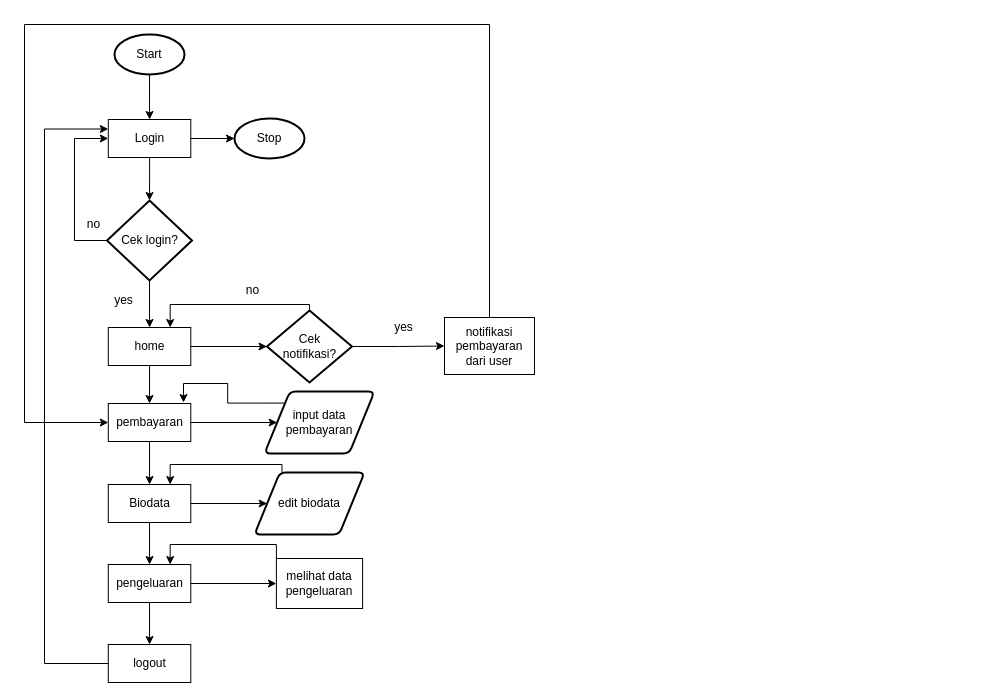
Earlier version of the draw.io diagram laporan/flowchart kasir.drawio (DesiAmaliani/Pengelolaan_keuangan_TA). Source tidied: cells renumbered, new cells numbered last; positions are measured from the earlier drawing's top-left corner, leaving out a move shared by most shapes. Both pictures are drawn from the tidied source at 100%, with x=0, y=0 at pixel (24, 24).
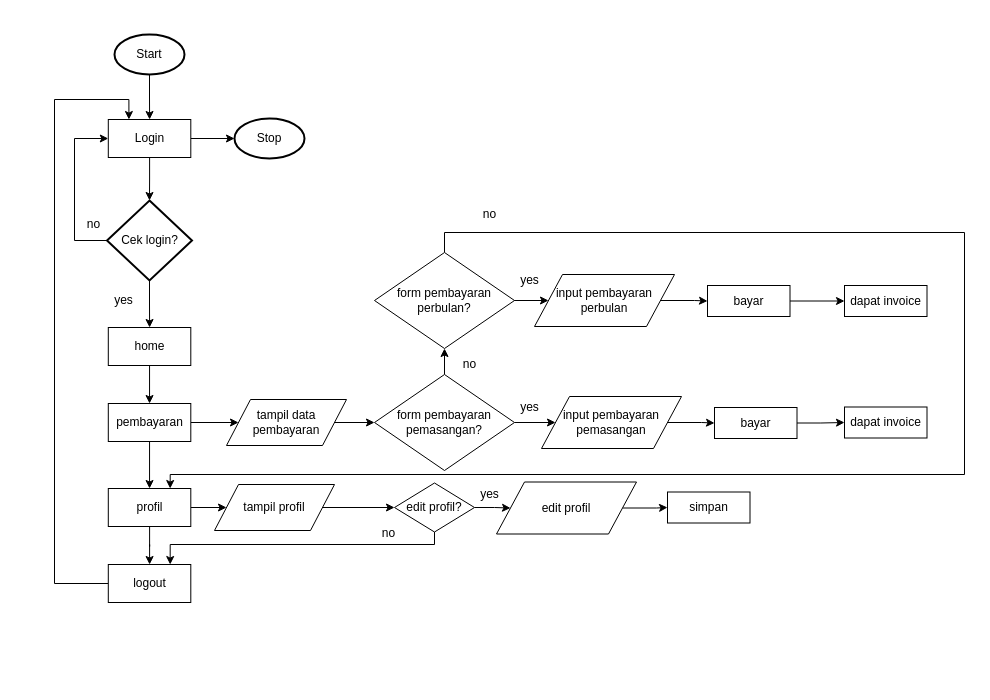
The same page after the edit.

Unchanged cells that the change refers to:
```xml
<mxCell id="6" value="Login" style="rounded=0;whiteSpace=wrap;html=1;" parent="1" vertex="1">
  <mxGeometry x="83.8" y="95" width="82.5" height="38" as="geometry" />
</mxCell>
<mxCell id="13" value="home" style="rounded=0;whiteSpace=wrap;html=1;" parent="1" vertex="1">
  <mxGeometry x="83.8" y="303" width="82.5" height="38" as="geometry" />
</mxCell>
<mxCell id="17" value="pembayaran" style="rounded=0;whiteSpace=wrap;html=1;" parent="1" vertex="1">
  <mxGeometry x="83.8" y="379" width="82.5" height="38" as="geometry" />
</mxCell>
```

Diff of the diagram source:
```diff
@@
-    <mxCell id="12" style="edgeStyle=orthogonalEdgeStyle;rounded=0;jettySize=auto;html=1;exitX=1;exitY=0.5;exitDx=0;exitDy=0;entryX=0;entryY=0.5;entryDx=0;entryDy=0;entryPerimeter=0;" parent="1" edge="1" source="13" target="35">
-      <mxGeometry relative="1" as="geometry" />
-    </mxCell>
@@
-    <mxCell id="15" style="edgeStyle=orthogonalEdgeStyle;rounded=0;jettySize=auto;html=1;exitX=1;exitY=0.5;exitDx=0;exitDy=0;" parent="1" edge="1" source="17" target="19">
-      <mxGeometry relative="1" as="geometry" />
-    </mxCell>
@@
+    <mxCell id="40" style="edgeStyle=orthogonalEdgeStyle;rounded=0;jettySize=auto;html=1;exitX=1;exitY=0.5;exitDx=0;exitDy=0;" parent="1" edge="1" source="17" target="44">
+      <mxGeometry relative="1" as="geometry" />
+    </mxCell>
@@
-    <mxCell id="18" style="edgeStyle=orthogonalEdgeStyle;rounded=0;jettySize=auto;html=1;exitX=0;exitY=0;exitDx=0;exitDy=0;entryX=0.912;entryY=-0.026;entryDx=0;entryDy=0;entryPerimeter=0;" parent="1" edge="1" source="19" target="17">
-      <mxGeometry relative="1" as="geometry" />
-    </mxCell>
-    <mxCell id="19" value="input data pembayaran" style="shape=parallelogram;html=1;strokeWidth=2;perimeter=parallelogramPerimeter;whiteSpace=wrap;rounded=1;arcSize=12;size=0.23;" parent="1" vertex="1">
-      <mxGeometry x="240" y="367" width="110" height="62" as="geometry" />
-    </mxCell>
-    <mxCell id="20" style="edgeStyle=orthogonalEdgeStyle;rounded=0;jettySize=auto;html=1;exitX=1;exitY=0.5;exitDx=0;exitDy=0;entryX=0;entryY=0.5;entryDx=0;entryDy=0;" parent="1" edge="1" source="22" target="24">
-      <mxGeometry relative="1" as="geometry" />
-    </mxCell>
-    <mxCell id="21" style="edgeStyle=orthogonalEdgeStyle;rounded=0;jettySize=auto;html=1;exitX=0.5;exitY=1;exitDx=0;exitDy=0;entryX=0.5;entryY=0;entryDx=0;entryDy=0;" parent="1" edge="1" source="22" target="27">
-      <mxGeometry relative="1" as="geometry" />
-    </mxCell>
+    <mxCell id="41" style="edgeStyle=orthogonalEdgeStyle;rounded=0;jettySize=auto;html=1;" parent="1" edge="1" source="22" target="31">
+      <mxGeometry relative="1" as="geometry" />
+    </mxCell>
+    <mxCell id="42" style="edgeStyle=orthogonalEdgeStyle;rounded=0;jettySize=auto;html=1;" parent="1" edge="1" source="22" target="53">
+      <mxGeometry relative="1" as="geometry" />
+    </mxCell>
-    <mxCell id="22" value="Biodata" style="rounded=0;whiteSpace=wrap;html=1;" parent="1" vertex="1">
-      <mxGeometry x="83.8" y="460" width="82.5" height="38" as="geometry" />
+    <mxCell id="22" value="profil" style="rounded=0;whiteSpace=wrap;html=1;" parent="1" vertex="1">
+      <mxGeometry x="83.8" y="464" width="82.5" height="38" as="geometry" />
     </mxCell>
-    <mxCell id="23" style="edgeStyle=orthogonalEdgeStyle;rounded=0;jettySize=auto;html=1;exitX=0.25;exitY=0;exitDx=0;exitDy=0;entryX=0.75;entryY=0;entryDx=0;entryDy=0;" parent="1" edge="1" source="24" target="22">
-      <mxGeometry relative="1" as="geometry">
-        <Array as="points">
-          <mxPoint x="258" y="440" />
-          <mxPoint x="146" y="440" />
-        </Array>
-      </mxGeometry>
-    </mxCell>
-    <mxCell id="24" value="edit biodata" style="shape=parallelogram;html=1;strokeWidth=2;perimeter=parallelogramPerimeter;whiteSpace=wrap;rounded=1;arcSize=12;size=0.23;" parent="1" vertex="1">
-      <mxGeometry x="230" y="448" width="110" height="62" as="geometry" />
-    </mxCell>
-    <mxCell id="25" style="edgeStyle=orthogonalEdgeStyle;rounded=0;jettySize=auto;html=1;exitX=1;exitY=0.5;exitDx=0;exitDy=0;entryX=0;entryY=0.5;entryDx=0;entryDy=0;" parent="1" edge="1" source="27" target="29">
-      <mxGeometry relative="1" as="geometry" />
-    </mxCell>
-    <mxCell id="26" style="edgeStyle=orthogonalEdgeStyle;rounded=0;jettySize=auto;html=1;exitX=0.5;exitY=1;exitDx=0;exitDy=0;entryX=0.5;entryY=0;entryDx=0;entryDy=0;" parent="1" edge="1" source="27" target="31">
-      <mxGeometry relative="1" as="geometry" />
-    </mxCell>
-    <mxCell id="27" value="pengeluaran" style="rounded=0;whiteSpace=wrap;html=1;" parent="1" vertex="1">
-      <mxGeometry x="83.8" y="540" width="82.5" height="38" as="geometry" />
-    </mxCell>
-    <mxCell id="28" style="edgeStyle=orthogonalEdgeStyle;rounded=0;jettySize=auto;html=1;exitX=0;exitY=0;exitDx=0;exitDy=0;entryX=0.75;entryY=0;entryDx=0;entryDy=0;" parent="1" edge="1" source="29" target="27">
-      <mxGeometry relative="1" as="geometry">
-        <Array as="points">
-          <mxPoint x="252" y="520" />
-          <mxPoint x="146" y="520" />
-        </Array>
-      </mxGeometry>
-    </mxCell>
-    <mxCell id="29" value="melihat data pengeluaran" style="rounded=0;whiteSpace=wrap;html=1;" parent="1" vertex="1">
-      <mxGeometry x="251.9" y="534" width="86.2" height="50" as="geometry" />
-    </mxCell>
-    <mxCell id="30" style="edgeStyle=orthogonalEdgeStyle;rounded=0;jettySize=auto;html=1;exitX=0;exitY=0.5;exitDx=0;exitDy=0;entryX=0;entryY=0.25;entryDx=0;entryDy=0;" parent="1" edge="1" source="31" target="6">
+    <mxCell id="30" style="edgeStyle=orthogonalEdgeStyle;rounded=0;jettySize=auto;html=1;exitX=0;exitY=0.5;exitDx=0;exitDy=0;entryX=0.25;entryY=0;entryDx=0;entryDy=0;" parent="1" edge="1" source="31" target="6">
       <mxGeometry relative="1" as="geometry">
         <Array as="points">
-          <mxPoint x="20" y="639" />
-          <mxPoint x="20" y="105" />
+          <mxPoint x="30" y="559" />
+          <mxPoint x="30" y="75" />
+          <mxPoint x="104" y="75" />
         </Array>
       </mxGeometry>
     </mxCell>
     <mxCell id="31" value="logout" style="rounded=0;whiteSpace=wrap;html=1;" parent="1" vertex="1">
-      <mxGeometry x="83.8" y="620" width="82.5" height="38" as="geometry" />
+      <mxGeometry x="83.8" y="540" width="82.5" height="38" as="geometry" />
     </mxCell>
@@
-    <mxCell id="33" style="edgeStyle=orthogonalEdgeStyle;rounded=0;jettySize=auto;html=1;exitX=1;exitY=0.5;exitDx=0;exitDy=0;exitPerimeter=0;entryX=0;entryY=0.5;entryDx=0;entryDy=0;" parent="1" edge="1" source="35" target="37">
-      <mxGeometry relative="1" as="geometry" />
-    </mxCell>
-    <mxCell id="34" style="edgeStyle=orthogonalEdgeStyle;rounded=0;jettySize=auto;html=1;exitX=0.5;exitY=0;exitDx=0;exitDy=0;exitPerimeter=0;entryX=0.75;entryY=0;entryDx=0;entryDy=0;" parent="1" edge="1" source="35" target="13">
-      <mxGeometry relative="1" as="geometry">
-        <Array as="points">
-          <mxPoint x="285" y="280" />
-          <mxPoint x="146" y="280" />
-        </Array>
-      </mxGeometry>
-    </mxCell>
-    <mxCell id="35" value="&lt;div&gt;Cek &lt;br&gt;&lt;/div&gt;&lt;div&gt;notifikasi?&lt;/div&gt;" style="strokeWidth=2;html=1;shape=mxgraph.flowchart.decision;whiteSpace=wrap;" parent="1" vertex="1">
-      <mxGeometry x="242.5" y="286" width="85" height="72" as="geometry" />
-    </mxCell>
-    <mxCell id="36" style="edgeStyle=orthogonalEdgeStyle;rounded=0;jettySize=auto;html=1;exitX=0.5;exitY=0;exitDx=0;exitDy=0;entryX=0;entryY=0.5;entryDx=0;entryDy=0;" parent="1" edge="1" source="37" target="17">
-      <mxGeometry relative="1" as="geometry">
-        <Array as="points">
-          <mxPoint x="465" />
-          <mxPoint />
-          <mxPoint y="398" />
-        </Array>
-      </mxGeometry>
-    </mxCell>
-    <mxCell id="37" value="notifikasi pembayaran dari user" style="rounded=0;whiteSpace=wrap;html=1;" parent="1" vertex="1">
-      <mxGeometry x="420" y="293" width="90" height="57" as="geometry" />
-    </mxCell>
-    <mxCell id="38" value="yes" style="text;html=1;align=center;verticalAlign=middle;" parent="1" vertex="1">
-      <mxGeometry x="364" y="293" width="30" height="20" as="geometry" />
-    </mxCell>
-    <mxCell id="39" value="no" style="text;html=1;align=center;verticalAlign=middle;" parent="1" vertex="1">
-      <mxGeometry x="212.5" y="256" width="30" height="20" as="geometry" />
-    </mxCell>
+    <mxCell id="43" style="edgeStyle=orthogonalEdgeStyle;rounded=0;jettySize=auto;html=1;exitX=1;exitY=0.5;exitDx=0;exitDy=0;entryX=0;entryY=0.5;entryDx=0;entryDy=0;" parent="1" edge="1" source="44" target="47">
+      <mxGeometry relative="1" as="geometry" />
+    </mxCell>
+    <mxCell id="44" value="tampil data pembayaran" style="shape=parallelogram;perimeter=parallelogramPerimeter;whiteSpace=wrap;html=1;" parent="1" vertex="1">
+      <mxGeometry x="202" y="375" width="120" height="46" as="geometry" />
+    </mxCell>
+    <mxCell id="45" style="edgeStyle=orthogonalEdgeStyle;rounded=0;jettySize=auto;html=1;exitX=1;exitY=0.5;exitDx=0;exitDy=0;entryX=0;entryY=0.5;entryDx=0;entryDy=0;" parent="1" edge="1" source="47" target="49">
+      <mxGeometry relative="1" as="geometry" />
+    </mxCell>
+    <mxCell id="46" style="edgeStyle=orthogonalEdgeStyle;rounded=0;jettySize=auto;html=1;exitX=0.5;exitY=0;exitDx=0;exitDy=0;entryX=0.5;entryY=1;entryDx=0;entryDy=0;" parent="1" edge="1" source="47" target="65">
+      <mxGeometry relative="1" as="geometry" />
+    </mxCell>
+    <mxCell id="47" value="form pembayaran pemasangan?" style="rhombus;whiteSpace=wrap;html=1;" parent="1" vertex="1">
+      <mxGeometry x="350" y="350" width="140" height="96" as="geometry" />
+    </mxCell>
+    <mxCell id="48" style="edgeStyle=orthogonalEdgeStyle;rounded=0;jettySize=auto;html=1;exitX=1;exitY=0.5;exitDx=0;exitDy=0;entryX=0;entryY=0.5;entryDx=0;entryDy=0;" parent="1" edge="1" source="49" target="51">
+      <mxGeometry relative="1" as="geometry" />
+    </mxCell>
+    <mxCell id="49" value="input pembayaran pemasangan" style="shape=parallelogram;perimeter=parallelogramPerimeter;whiteSpace=wrap;html=1;" parent="1" vertex="1">
+      <mxGeometry x="517" y="372" width="140" height="52" as="geometry" />
+    </mxCell>
+    <mxCell id="50" style="edgeStyle=orthogonalEdgeStyle;rounded=0;jettySize=auto;html=1;" parent="1" edge="1" source="51" target="74">
+      <mxGeometry relative="1" as="geometry" />
+    </mxCell>
+    <mxCell id="51" value="bayar" style="rounded=0;whiteSpace=wrap;html=1;" parent="1" vertex="1">
+      <mxGeometry x="690" y="383" width="82.5" height="31" as="geometry" />
+    </mxCell>
+    <mxCell id="52" style="edgeStyle=orthogonalEdgeStyle;rounded=0;jettySize=auto;html=1;" parent="1" edge="1" source="53" target="56">
+      <mxGeometry relative="1" as="geometry" />
+    </mxCell>
+    <mxCell id="53" value="tampil profil" style="shape=parallelogram;perimeter=parallelogramPerimeter;whiteSpace=wrap;html=1;" parent="1" vertex="1">
+      <mxGeometry x="190" y="460" width="120" height="46" as="geometry" />
+    </mxCell>
+    <mxCell id="54" style="edgeStyle=orthogonalEdgeStyle;rounded=0;jettySize=auto;html=1;" parent="1" edge="1" source="56" target="58">
+      <mxGeometry relative="1" as="geometry" />
+    </mxCell>
+    <mxCell id="55" style="edgeStyle=orthogonalEdgeStyle;rounded=0;jettySize=auto;html=1;exitX=0.5;exitY=1;exitDx=0;exitDy=0;entryX=0.75;entryY=0;entryDx=0;entryDy=0;" parent="1" edge="1" source="56" target="31">
+      <mxGeometry relative="1" as="geometry">
+        <Array as="points">
+          <mxPoint x="410" y="520" />
+          <mxPoint x="146" y="520" />
+        </Array>
+      </mxGeometry>
+    </mxCell>
+    <mxCell id="56" value="edit profil?" style="rhombus;whiteSpace=wrap;html=1;" parent="1" vertex="1">
+      <mxGeometry x="370" y="458.5" width="80" height="49" as="geometry" />
+    </mxCell>
+    <mxCell id="57" style="edgeStyle=orthogonalEdgeStyle;rounded=0;jettySize=auto;html=1;" parent="1" edge="1" source="58" target="59">
+      <mxGeometry relative="1" as="geometry" />
+    </mxCell>
+    <mxCell id="58" value="edit profil" style="shape=parallelogram;perimeter=parallelogramPerimeter;whiteSpace=wrap;html=1;" parent="1" vertex="1">
+      <mxGeometry x="472" y="457.5" width="140" height="52" as="geometry" />
+    </mxCell>
+    <mxCell id="59" value="simpan" style="rounded=0;whiteSpace=wrap;html=1;" parent="1" vertex="1">
+      <mxGeometry x="643" y="467.5" width="82.5" height="31" as="geometry" />
+    </mxCell>
+    <mxCell id="60" value="yes" style="text;html=1;align=center;verticalAlign=middle;" parent="1" vertex="1">
+      <mxGeometry x="490" y="373" width="30" height="20" as="geometry" />
+    </mxCell>
+    <mxCell id="61" value="yes" style="text;html=1;align=center;verticalAlign=middle;" parent="1" vertex="1">
+      <mxGeometry x="450" y="460" width="30" height="20" as="geometry" />
+    </mxCell>
+    <mxCell id="62" value="no" style="text;html=1;align=center;verticalAlign=middle;" parent="1" vertex="1">
+      <mxGeometry x="349" y="498.5" width="30" height="20" as="geometry" />
+    </mxCell>
+    <mxCell id="63" style="edgeStyle=orthogonalEdgeStyle;rounded=0;jettySize=auto;html=1;" parent="1" edge="1" source="65" target="68">
+      <mxGeometry relative="1" as="geometry" />
+    </mxCell>
+    <mxCell id="64" style="edgeStyle=orthogonalEdgeStyle;rounded=0;jettySize=auto;html=1;exitX=0.5;exitY=0;exitDx=0;exitDy=0;entryX=0.75;entryY=0;entryDx=0;entryDy=0;" parent="1" edge="1" source="65" target="22">
+      <mxGeometry relative="1" as="geometry">
+        <Array as="points">
+          <mxPoint x="420" y="208" />
+          <mxPoint x="940" y="208" />
+          <mxPoint x="940" y="450" />
+          <mxPoint x="146" y="450" />
+        </Array>
+      </mxGeometry>
+    </mxCell>
+    <mxCell id="65" value="form pembayaran perbulan?" style="rhombus;whiteSpace=wrap;html=1;" parent="1" vertex="1">
+      <mxGeometry x="350" y="228" width="140" height="96" as="geometry" />
+    </mxCell>
+    <mxCell id="66" value="no" style="text;html=1;align=center;verticalAlign=middle;" parent="1" vertex="1">
+      <mxGeometry x="430" y="330" width="30" height="20" as="geometry" />
+    </mxCell>
+    <mxCell id="67" style="edgeStyle=orthogonalEdgeStyle;rounded=0;jettySize=auto;html=1;" parent="1" edge="1" source="68" target="70">
+      <mxGeometry relative="1" as="geometry" />
+    </mxCell>
+    <mxCell id="68" value="input pembayaran perbulan" style="shape=parallelogram;perimeter=parallelogramPerimeter;whiteSpace=wrap;html=1;" parent="1" vertex="1">
+      <mxGeometry x="510" y="250" width="140" height="52" as="geometry" />
+    </mxCell>
+    <mxCell id="69" style="edgeStyle=orthogonalEdgeStyle;rounded=0;jettySize=auto;html=1;" parent="1" edge="1" source="70" target="73">
+      <mxGeometry relative="1" as="geometry" />
+    </mxCell>
+    <mxCell id="70" value="bayar" style="rounded=0;whiteSpace=wrap;html=1;" parent="1" vertex="1">
+      <mxGeometry x="683" y="261" width="82.5" height="31" as="geometry" />
+    </mxCell>
+    <mxCell id="71" value="no" style="text;html=1;align=center;verticalAlign=middle;" parent="1" vertex="1">
+      <mxGeometry x="450" y="180" width="30" height="20" as="geometry" />
+    </mxCell>
+    <mxCell id="72" value="yes" style="text;html=1;align=center;verticalAlign=middle;" parent="1" vertex="1">
+      <mxGeometry x="490" y="246" width="30" height="20" as="geometry" />
+    </mxCell>
+    <mxCell id="73" value="dapat invoice" style="rounded=0;whiteSpace=wrap;html=1;" parent="1" vertex="1">
+      <mxGeometry x="820" y="261" width="82.5" height="31" as="geometry" />
+    </mxCell>
+    <mxCell id="74" value="dapat invoice" style="rounded=0;whiteSpace=wrap;html=1;" parent="1" vertex="1">
+      <mxGeometry x="820" y="382.5" width="82.5" height="31" as="geometry" />
+    </mxCell>
```
